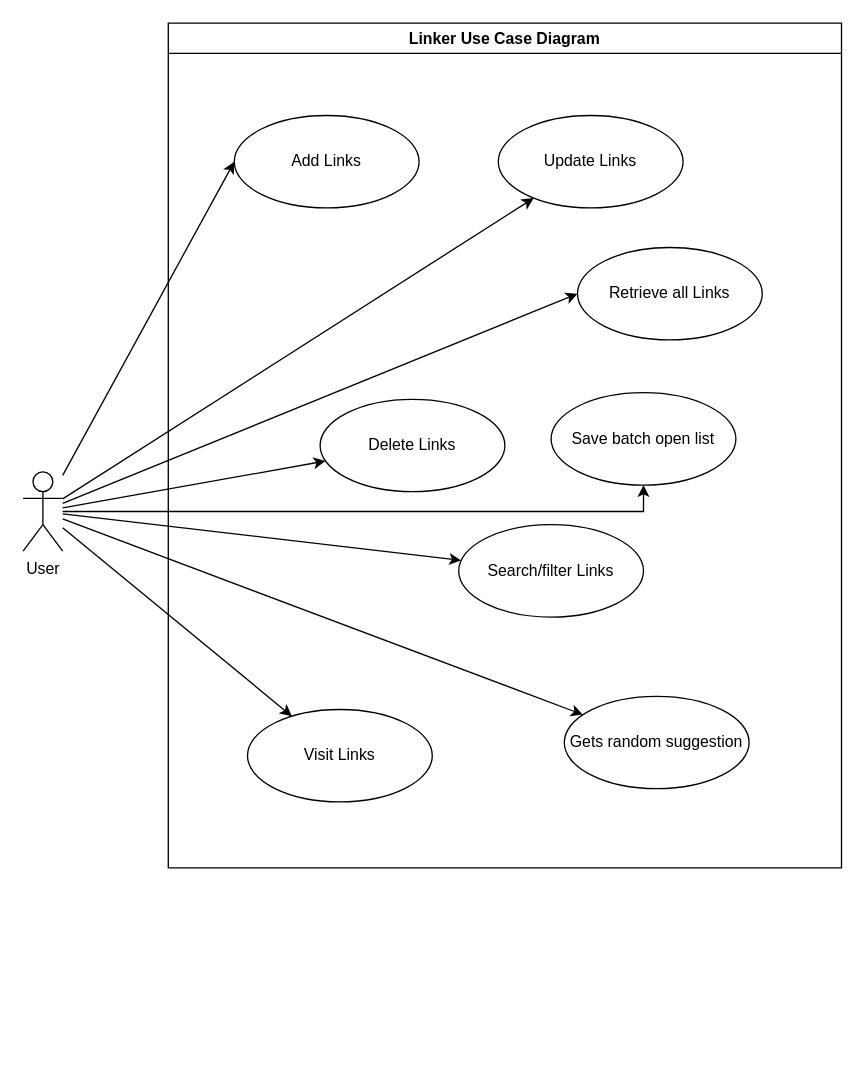
Above: page "Use Case Diagram" (2 of 3) of docs/Linker.drawio in data-miner00/Linker (draw.io), before the change. Source tidied: cells renumbered, new cells numbered last; positions are measured from the earlier drawing's top-left corner, leaving out a move shared by most shapes. Both pictures are drawn from the tidied source at 132%, with x=0, y=0 at pixel (22, 22).
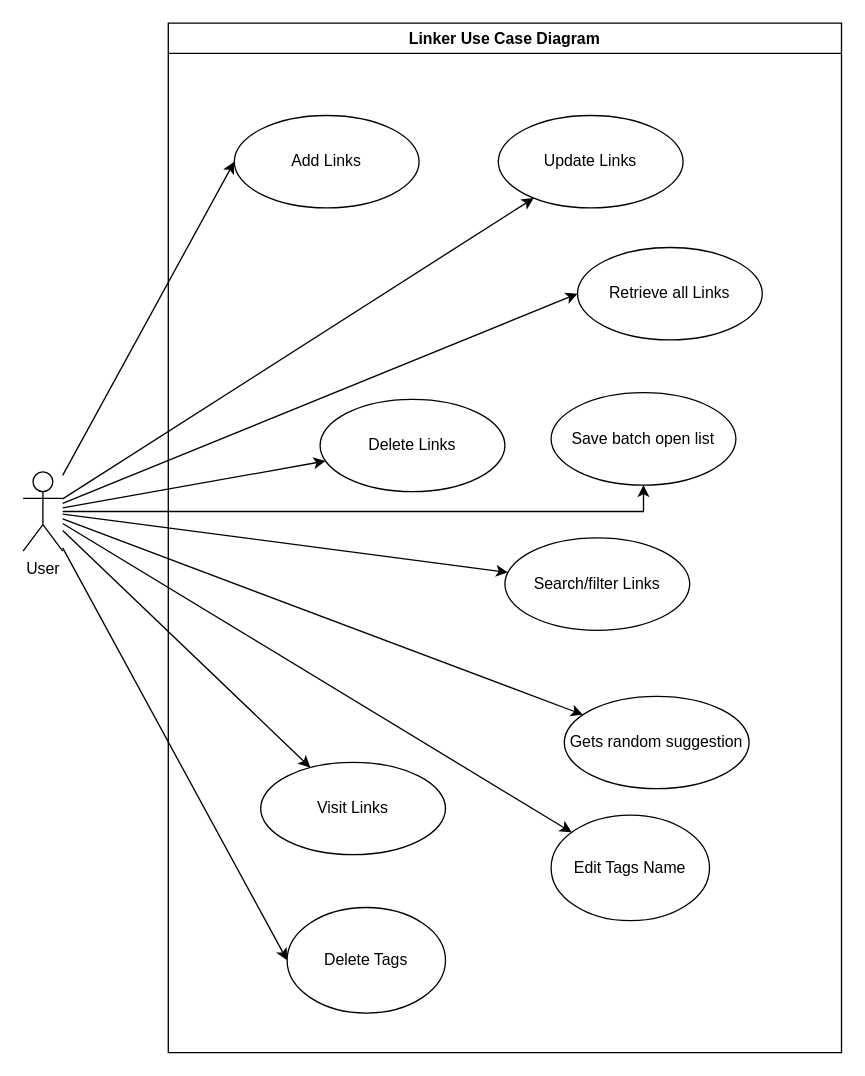
After the change.

The change refers to these unchanged cells:
```xml
<mxCell id="19" value="User" style="shape=umlActor;verticalLabelPosition=bottom;verticalAlign=top;html=1;outlineConnect=0;" parent="1" vertex="1">
  <mxGeometry y="340" width="30" height="60" as="geometry" />
</mxCell>
```

Diff of the diagram source:
```diff
@@
     <mxCell id="2" value="Linker Use Case Diagram" style="swimlane;" parent="1" vertex="1">
-      <mxGeometry x="110" width="510" height="640" as="geometry" />
+      <mxGeometry x="110" width="510" height="780" as="geometry" />
     </mxCell>
@@
     <mxCell id="7" value="Search/filter Links" style="ellipse;whiteSpace=wrap;html=1;" parent="2" vertex="1">
-      <mxGeometry x="220" y="380" width="140" height="70" as="geometry" />
+      <mxGeometry x="255" y="390" width="140" height="70" as="geometry" />
     </mxCell>
@@
     <mxCell id="9" value="Visit Links" style="ellipse;whiteSpace=wrap;html=1;" parent="2" vertex="1">
-      <mxGeometry x="60" y="520" width="140" height="70" as="geometry" />
+      <mxGeometry x="70" y="560" width="140" height="70" as="geometry" />
     </mxCell>
@@
+    <mxCell id="20" value="Edit Tags Name" style="ellipse;whiteSpace=wrap;html=1;" parent="2" vertex="1">
+      <mxGeometry x="290" y="600" width="120" height="80" as="geometry" />
+    </mxCell>
+    <mxCell id="21" value="Delete Tags" style="ellipse;whiteSpace=wrap;html=1;" parent="2" vertex="1">
+      <mxGeometry x="90" y="670" width="120" height="80" as="geometry" />
+    </mxCell>
@@
+    <mxCell id="22" style="rounded=0;jettySize=auto;html=1;" parent="1" edge="1" source="19" target="20">
+      <mxGeometry relative="1" as="geometry" />
+    </mxCell>
+    <mxCell id="23" style="edgeStyle=none;rounded=0;jettySize=auto;html=1;entryX=0;entryY=0.5;entryDx=0;entryDy=0;" parent="1" edge="1" source="19" target="21">
+      <mxGeometry relative="1" as="geometry" />
+    </mxCell>
```
